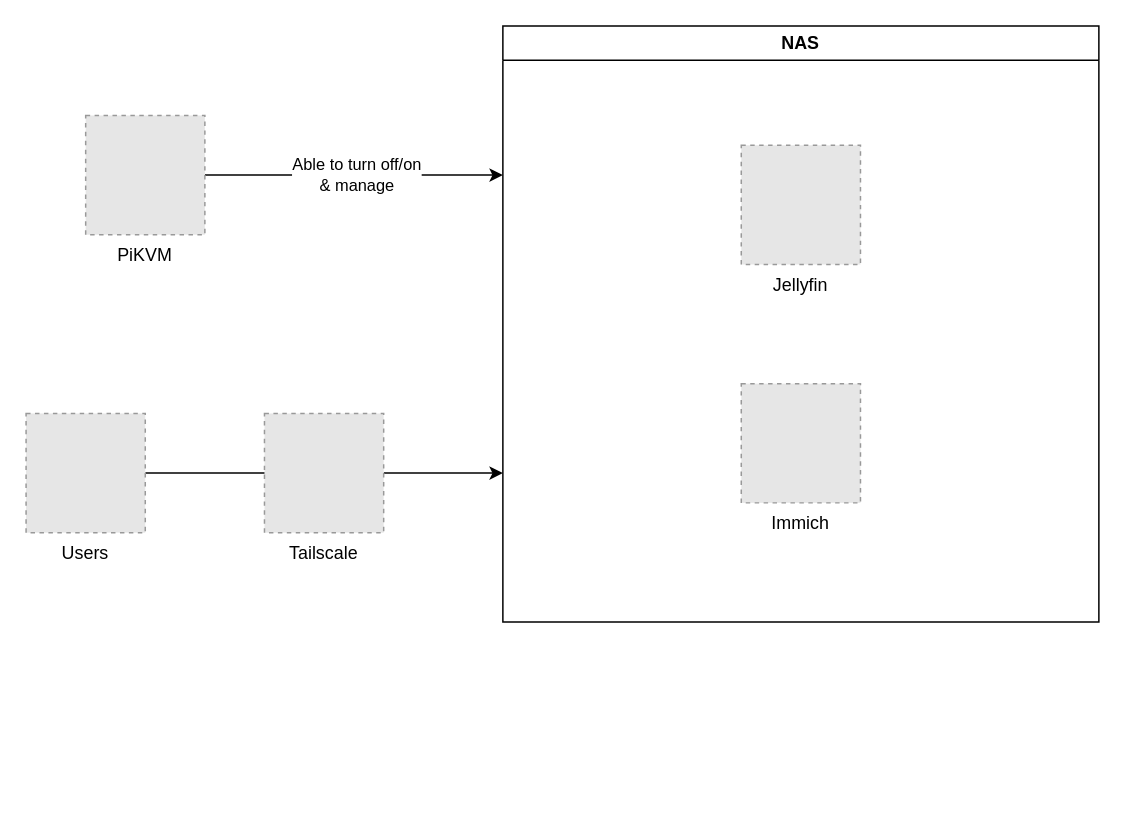
Before: arch/homelab.drawio in schang1146/homelab, a draw.io diagram. Source tidied: cells renumbered, new cells numbered last; positions are measured from the earlier drawing's top-left corner, leaving out a move shared by most shapes. Both pictures are drawn from the tidied source at 149%, with x=0, y=0 at pixel (25, 25). Pictures stored in the file or linked from it are replaced by grey dashed boxes.
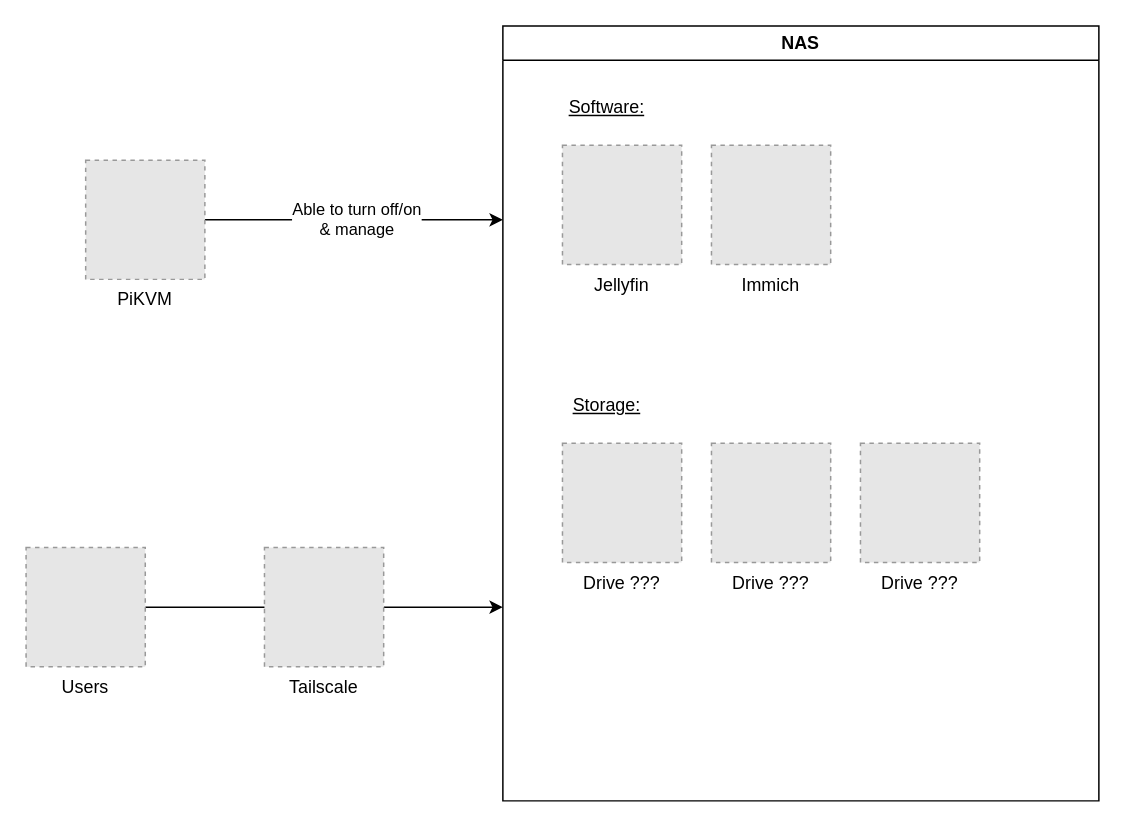
Above is the later version.

Change to the diagram source:
```diff
@@
 <mxGraphModel>
   <root>
     <mxCell id="0" />
     <mxCell id="1" parent="0" />
     <mxCell id="2" style="edgeStyle=orthogonalEdgeStyle;rounded=0;jettySize=auto;html=1;entryX=0;entryY=0.25;entryDx=0;entryDy=0;" parent="1" edge="1" source="4" target="5">
       <mxGeometry relative="1" as="geometry" />
     </mxCell>
     <mxCell id="3" value="&lt;div&gt;Able to turn off/on&lt;/div&gt;&lt;div&gt;&amp;amp; manage&lt;br&gt;&lt;/div&gt;" style="edgeLabel;html=1;align=center;verticalAlign=middle;fontFamily=Fira Code;" parent="2" vertex="1">
       <mxGeometry x="0.01" y="-2" relative="1" as="geometry">
         <mxPoint y="-2" as="offset" />
       </mxGeometry>
     </mxCell>
     <mxCell id="4" value="PiKVM" style="fillColor=#E6E6E6;strokeColor=#999999;dashed=1;verticalLabelPosition=bottom;labelBackgroundColor=default;verticalAlign=top;fontFamily=Fira Code;" parent="1" vertex="1">
-      <mxGeometry x="40" y="60" width="80" height="80" as="geometry" />
+      <mxGeometry x="40" y="90" width="80" height="80" as="geometry" />
     </mxCell>
     <mxCell id="5" value="NAS" style="swimlane;whiteSpace=wrap;html=1;" parent="1" vertex="1">
-      <mxGeometry x="320" width="400" height="400" as="geometry" />
+      <mxGeometry x="320" width="400" height="520" as="geometry" />
     </mxCell>
     <mxCell id="6" value="Jellyfin" style="fillColor=#E6E6E6;strokeColor=#999999;dashed=1;verticalLabelPosition=bottom;labelBackgroundColor=default;verticalAlign=top;fontFamily=Fira Code;" parent="5" vertex="1">
-      <mxGeometry x="160" y="80" width="80" height="80" as="geometry" />
+      <mxGeometry x="40" y="80" width="80" height="80" as="geometry" />
     </mxCell>
     <mxCell id="7" value="Immich" style="fillColor=#E6E6E6;strokeColor=#999999;dashed=1;verticalLabelPosition=bottom;labelBackgroundColor=default;verticalAlign=top;fontFamily=Fira Code;" parent="5" vertex="1">
-      <mxGeometry x="160" y="240" width="80" height="80" as="geometry" />
+      <mxGeometry x="140" y="80" width="80" height="80" as="geometry" />
     </mxCell>
+    <mxCell id="12" value="Drive ???" style="fillColor=#E6E6E6;strokeColor=#999999;dashed=1;verticalLabelPosition=bottom;labelBackgroundColor=default;verticalAlign=top;fontFamily=Fira Code;" parent="5" vertex="1">
+      <mxGeometry x="40" y="280" width="80" height="80" as="geometry" />
+    </mxCell>
+    <mxCell id="13" value="Drive ???" style="fillColor=#E6E6E6;strokeColor=#999999;dashed=1;verticalLabelPosition=bottom;labelBackgroundColor=default;verticalAlign=top;fontFamily=Fira Code;" parent="5" vertex="1">
+      <mxGeometry x="140" y="280" width="80" height="80" as="geometry" />
+    </mxCell>
+    <mxCell id="14" value="Drive ???" style="fillColor=#E6E6E6;strokeColor=#999999;dashed=1;verticalLabelPosition=bottom;labelBackgroundColor=default;verticalAlign=top;fontFamily=Fira Code;" parent="5" vertex="1">
+      <mxGeometry x="240" y="280" width="80" height="80" as="geometry" />
+    </mxCell>
+    <mxCell id="15" value="&lt;u&gt;Storage:&lt;/u&gt;" style="text;html=1;align=center;verticalAlign=middle;whiteSpace=wrap;rounded=0;fontFamily=Fira Code;" parent="5" vertex="1">
+      <mxGeometry x="40" y="240" width="60" height="30" as="geometry" />
+    </mxCell>
+    <mxCell id="16" value="&lt;u&gt;Software:&lt;/u&gt;" style="text;html=1;align=center;verticalAlign=middle;whiteSpace=wrap;rounded=0;fontFamily=Fira Code;" parent="5" vertex="1">
+      <mxGeometry x="40" y="40" width="60" height="30" as="geometry" />
+    </mxCell>
     <mxCell id="8" style="edgeStyle=orthogonalEdgeStyle;rounded=0;jettySize=auto;html=1;entryX=0;entryY=0.75;entryDx=0;entryDy=0;" parent="1" edge="1" source="9" target="5">
       <mxGeometry relative="1" as="geometry" />
     </mxCell>
     <mxCell id="9" value="Tailscale" style="fillColor=#E6E6E6;strokeColor=#999999;dashed=1;verticalLabelPosition=bottom;labelBackgroundColor=default;verticalAlign=top;fontFamily=Fira Code;" parent="1" vertex="1">
-      <mxGeometry x="160" y="260" width="80" height="80" as="geometry" />
+      <mxGeometry x="160" y="350" width="80" height="80" as="geometry" />
     </mxCell>
     <mxCell id="10" style="edgeStyle=orthogonalEdgeStyle;rounded=0;jettySize=auto;html=1;entryX=0;entryY=0.5;entryDx=0;entryDy=0;endArrow=none;endFill=0;" parent="1" edge="1" source="11" target="9">
       <mxGeometry relative="1" as="geometry" />
     </mxCell>
     <mxCell id="11" value="Users" style="fillColor=#E6E6E6;strokeColor=#999999;dashed=1;verticalLabelPosition=bottom;labelBackgroundColor=default;verticalAlign=top;fontFamily=Fira Code;" parent="1" vertex="1">
-      <mxGeometry y="260" width="80" height="80" as="geometry" />
+      <mxGeometry y="350" width="80" height="80" as="geometry" />
     </mxCell>
   </root>
 </mxGraphModel>
```
